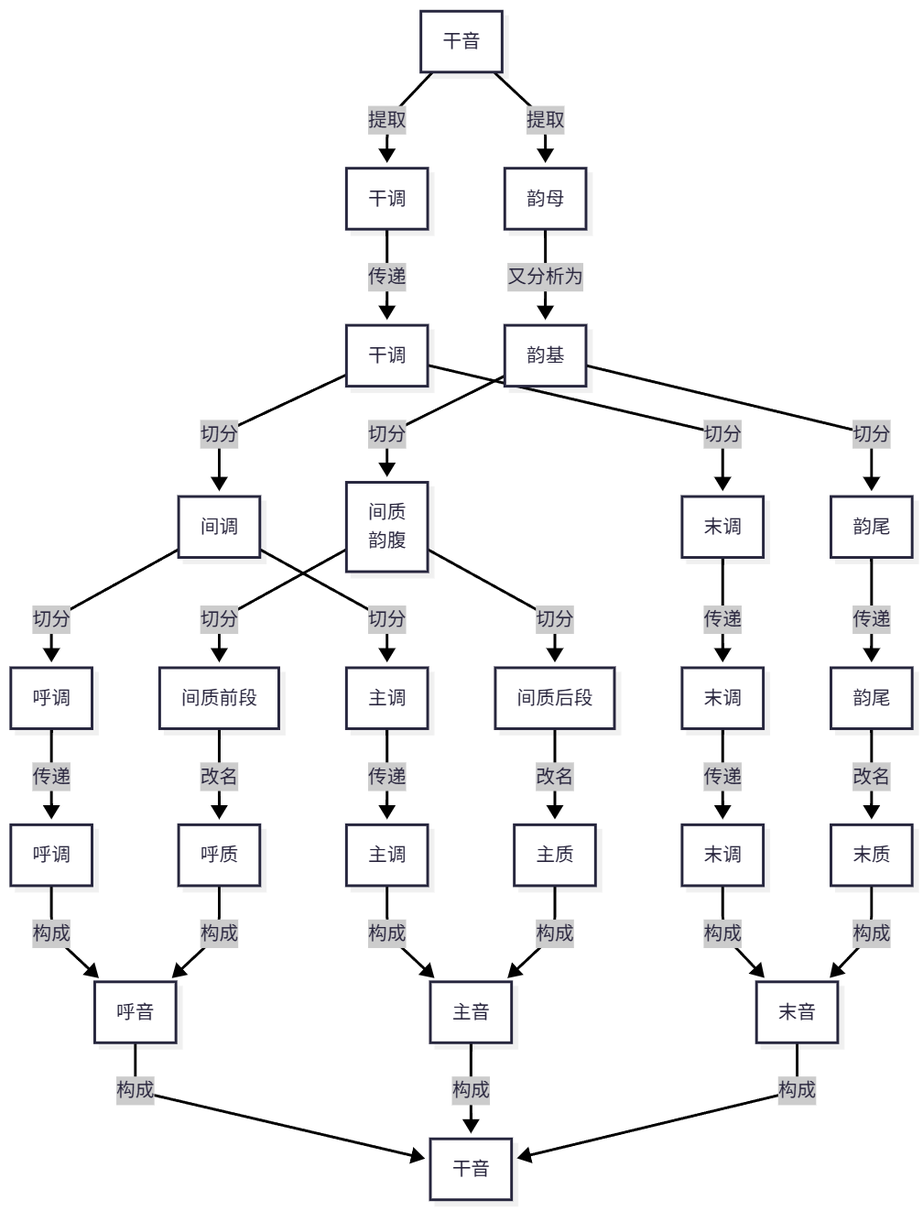
This is YIME_Theory/flowchart/前长干音分析.png from tsaanghwang/Yime-prototype, a Mermaid export, as it was before one commit. Its source is kept beside it as YIME_Theory/flowchart/前长干音分析.mmd. Source of this version:
```mermaid
graph TB
    A[干音]
    A --> |提取|B[干调]
    B --> |传递|B1[干调]
    B1 --> |切分|B2[间调]
    B1 --> |切分|B3[末调]
    B2 -->  |切分|B4[呼调]
    B2 -->  |切分|B5[主调]
    B3 -->  |传递|B6[末调]
    B4 -->  |传递|B7[呼调]
    B5 -->  |传递|B8[主调]
    B6 -->  |传递|B9[末调]

    A --> |提取|C[韵母]
    C --> |又分析为|D[韵基]
    D --> |切分|E[间质<br>韵腹]
    D --> |切分|F[韵尾]
    E --> |切分|G[间质前段]
    E --> |切分|H[间质后段]
    G --> |改名|I[呼质]
    H --> |改名|J[主质]
    F -->  |传递|K[韵尾]
    K --> |改名|L[末质]

    B7 -->  |构成|M[呼音]
    I -->  |构成|M
    B8 -->  |构成|N[主音]
    J -->  |构成|N
    B9 -->  |构成|O[末音]
    L -->  |构成|O
    M -->  |构成|P[干音]
    N -->  |构成|P
    O -->  |构成|P
```
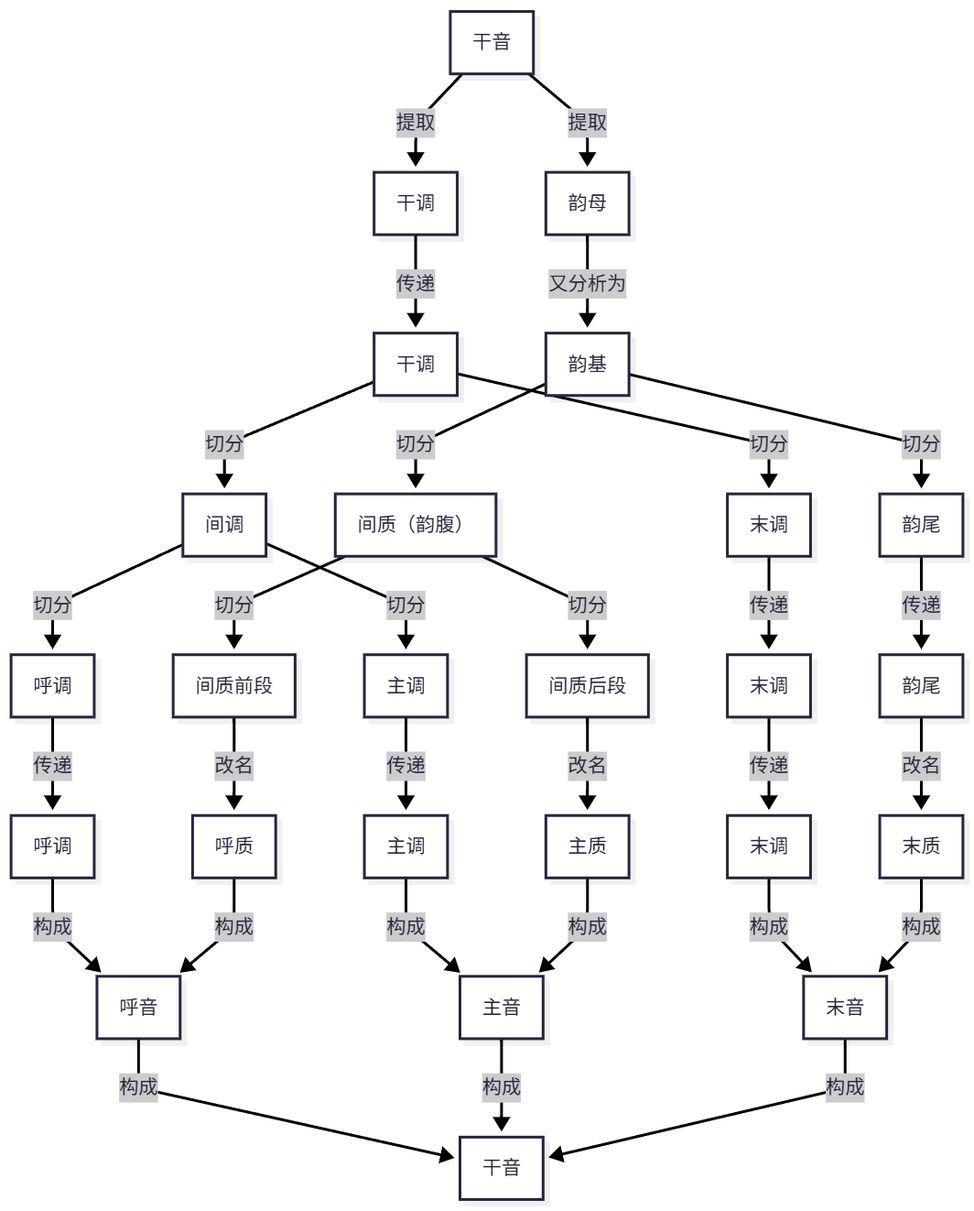
After the change.

What changed in the source:
```diff
@@ -13,7 +13,7 @@
 
     A --> |提取|C[韵母]
     C --> |又分析为|D[韵基]
-    D --> |切分|E[间质<br>韵腹]
+    D --> |切分|E[间质（韵腹）]
     D --> |切分|F[韵尾]
     E --> |切分|G[间质前段]
     E --> |切分|H[间质后段]
```
